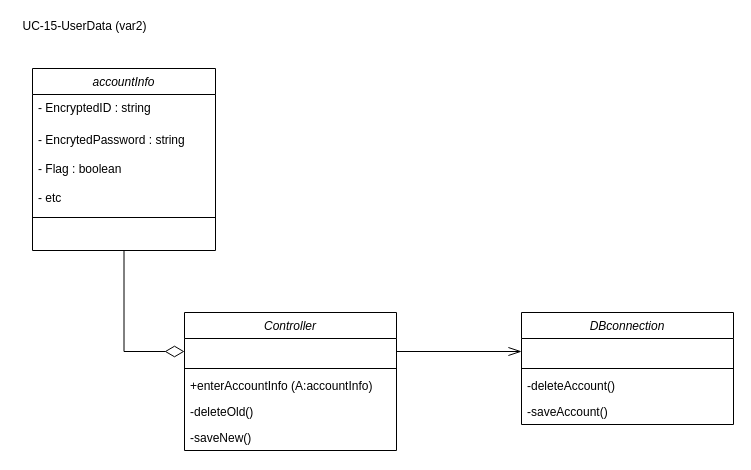
This is Documents/subgroup1/CD-UC-15.drawio from hanabzu/Warehouse-Management-System, a draw.io file, before an edit. Source tidied: cells renumbered, new cells numbered last; positions are measured from the earlier drawing's top-left corner, leaving out a move shared by most shapes. Both pictures are drawn from the tidied source at 100%, with x=0, y=0 at pixel (17, 17).
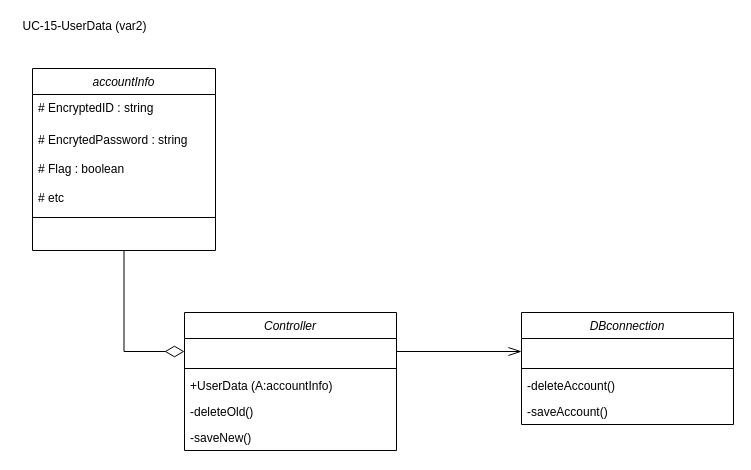
The same diagram, later.

Unchanged cells that the change refers to:
```xml
<mxCell id="2" value="Controller" style="swimlane;fontStyle=2;align=center;verticalAlign=top;horizontal=1;startSize=26;rounded=0;shadow=0;strokeWidth=1;" parent="1" vertex="1">
  <mxGeometry x="167" y="295" width="212" height="138" as="geometry" />
</mxCell>
<mxCell id="9" value="accountInfo" style="swimlane;fontStyle=2;align=center;verticalAlign=top;horizontal=1;startSize=26;rounded=0;shadow=0;strokeWidth=1;" parent="1" vertex="1">
  <mxGeometry x="15" y="51" width="183" height="182" as="geometry" />
</mxCell>
```

Diff of the diagram source:
```diff
@@
-    <mxCell id="5" value="+enterAccountInfo (A:accountInfo)&#10;" style="text;align=left;verticalAlign=top;spacingLeft=4;spacingRight=4;overflow=hidden;" parent="2" vertex="1">
+    <mxCell id="5" value="+UserData (A:accountInfo)&#10;" style="text;align=left;verticalAlign=top;spacingLeft=4;spacingRight=4;overflow=hidden;" parent="2" vertex="1">
       <mxGeometry y="60" width="212" height="26" as="geometry" />
     </mxCell>
@@
-    <mxCell id="10" value="- EncryptedID : string" style="text;align=left;verticalAlign=top;spacingLeft=4;spacingRight=4;overflow=hidden;rounded=0;shadow=0;html=0;" parent="9" vertex="1">
+    <mxCell id="10" value="# EncryptedID : string" style="text;align=left;verticalAlign=top;spacingLeft=4;spacingRight=4;overflow=hidden;rounded=0;shadow=0;html=0;" parent="9" vertex="1">
       <mxGeometry y="26" width="183" height="32" as="geometry" />
     </mxCell>
-    <mxCell id="11" value="- EncrytedPassword : string" style="text;align=left;verticalAlign=top;spacingLeft=4;spacingRight=4;overflow=hidden;rounded=0;shadow=0;html=0;" parent="9" vertex="1">
+    <mxCell id="11" value="# EncrytedPassword : string" style="text;align=left;verticalAlign=top;spacingLeft=4;spacingRight=4;overflow=hidden;rounded=0;shadow=0;html=0;" parent="9" vertex="1">
       <mxGeometry y="58" width="183" height="29" as="geometry" />
     </mxCell>
-    <mxCell id="12" value="- Flag : boolean" style="text;align=left;verticalAlign=top;spacingLeft=4;spacingRight=4;overflow=hidden;rounded=0;shadow=0;html=0;" parent="9" vertex="1">
+    <mxCell id="12" value="# Flag : boolean" style="text;align=left;verticalAlign=top;spacingLeft=4;spacingRight=4;overflow=hidden;rounded=0;shadow=0;html=0;" parent="9" vertex="1">
       <mxGeometry y="87" width="183" height="29" as="geometry" />
     </mxCell>
-    <mxCell id="13" value="- etc" style="text;align=left;verticalAlign=top;spacingLeft=4;spacingRight=4;overflow=hidden;rounded=0;shadow=0;html=0;" parent="9" vertex="1">
+    <mxCell id="13" value="# etc" style="text;align=left;verticalAlign=top;spacingLeft=4;spacingRight=4;overflow=hidden;rounded=0;shadow=0;html=0;" parent="9" vertex="1">
       <mxGeometry y="116" width="183" height="29" as="geometry" />
     </mxCell>
```
